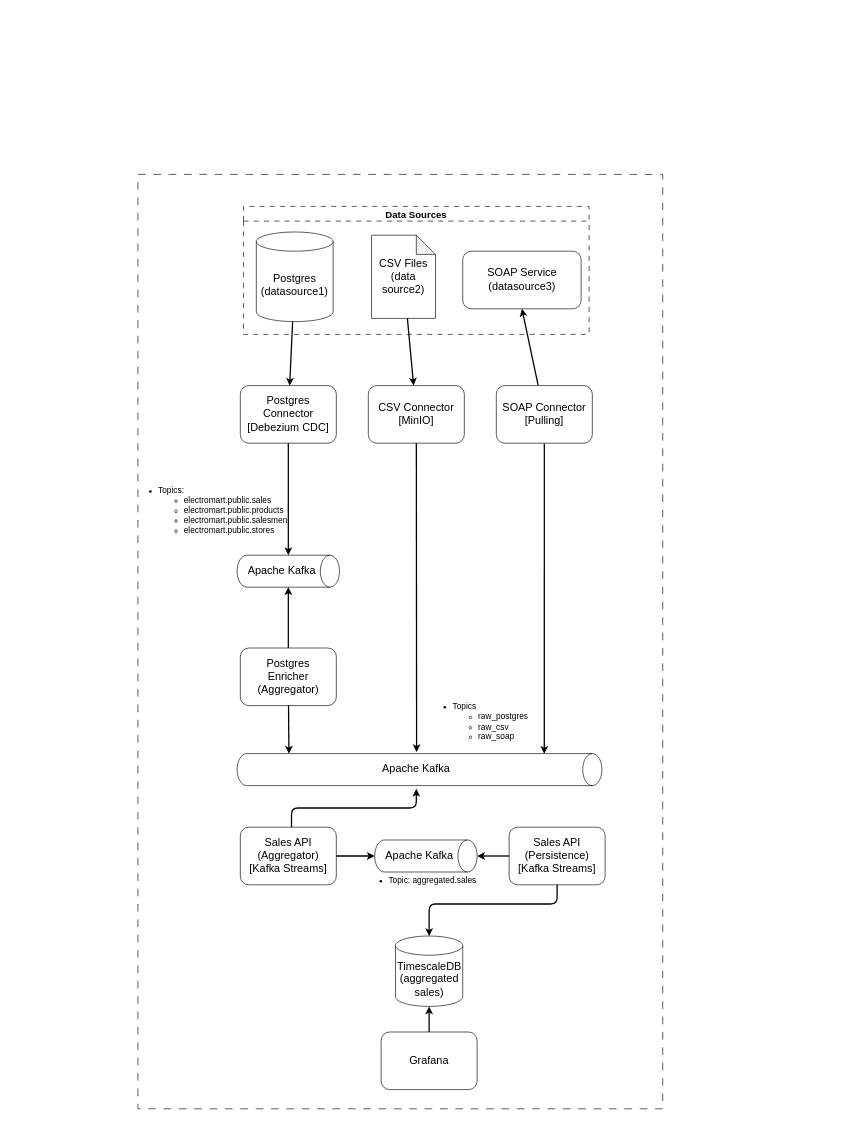
The draw.io diagram data/salesman-kata-v2/diagrams/solutions.drawio in codegik/team-red, before the edit. Source tidied: cells renumbered, new cells numbered last; positions are measured from the earlier drawing's top-left corner, leaving out a move shared by most shapes. Both pictures are drawn from the tidied source at 64%, with x=0, y=0 at pixel (131, 174).
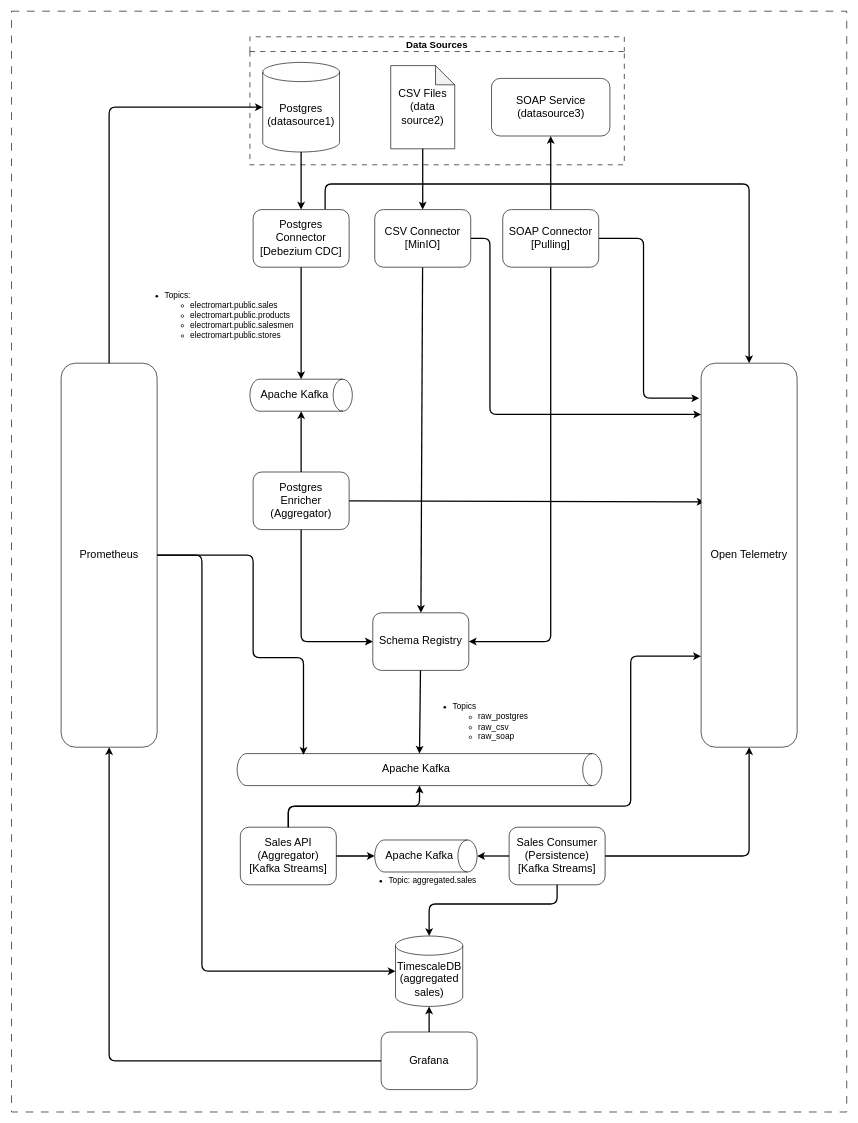
The same diagram, later.

Unchanged cells that the change refers to:
```xml
<mxCell id="4" value="&lt;font style=&quot;font-size: 17px;&quot;&gt;Postgres&lt;/font&gt;&lt;div&gt;&lt;font style=&quot;font-size: 17px;&quot;&gt;(datasource1)&lt;/font&gt;&lt;/div&gt;" style="shape=cylinder3;whiteSpace=wrap;html=1;boundedLbl=1;backgroundOutline=1;size=15;" parent="3" vertex="1">
  <mxGeometry x="20" y="40" width="120" height="140" as="geometry" />
</mxCell>
<mxCell id="15" style="shape=cylinder3;whiteSpace=wrap;html=1;boundedLbl=1;backgroundOutline=1;size=15;rotation=90;" parent="1" vertex="1">
  <mxGeometry x="425" y="645" width="50" height="570" as="geometry" />
</mxCell>
<mxCell id="24" value="&lt;span style=&quot;font-size: 17px;&quot;&gt;Sales API&lt;/span&gt;&lt;div&gt;&lt;span style=&quot;font-size: 17px;&quot;&gt;(Aggregator)&lt;/span&gt;&lt;/div&gt;&lt;div&gt;&lt;span style=&quot;font-size: 17px;&quot;&gt;[Kafka Streams]&lt;/span&gt;&lt;/div&gt;" style="rounded=1;whiteSpace=wrap;html=1;" parent="1" vertex="1">
  <mxGeometry x="170" y="1020" width="150" height="90" as="geometry" />
</mxCell>
<mxCell id="26" value="&lt;font style=&quot;font-size: 17px;&quot;&gt;TimescaleDB&lt;/font&gt;&lt;div&gt;&lt;font style=&quot;font-size: 17px;&quot;&gt;(aggregated sales)&lt;/font&gt;&lt;/div&gt;" style="shape=cylinder3;whiteSpace=wrap;html=1;boundedLbl=1;backgroundOutline=1;size=15;" parent="1" vertex="1">
  <mxGeometry x="412.5" y="1190" width="105" height="110" as="geometry" />
</mxCell>
<mxCell id="27" value="&lt;span style=&quot;font-size: 17px;&quot;&gt;Grafana&lt;/span&gt;" style="rounded=1;whiteSpace=wrap;html=1;" parent="1" vertex="1">
  <mxGeometry x="390" y="1340" width="150" height="90" as="geometry" />
</mxCell>
```

Diff of the diagram source:
```diff
@@
     <mxCell id="2" style="rounded=0;whiteSpace=wrap;html=1;dashed=1;dashPattern=12 12;" parent="1" vertex="1">
-      <mxGeometry x="10" width="820" height="1460" as="geometry" />
+      <mxGeometry x="-187.5" y="-255" width="1305" height="1720" as="geometry" />
     </mxCell>
     <mxCell id="3" value="&lt;font style=&quot;font-size: 15px;&quot;&gt;Data Sources&lt;/font&gt;" style="swimlane;whiteSpace=wrap;html=1;dashed=1;dashPattern=8 8;" parent="1" vertex="1">
-      <mxGeometry x="175" y="50" width="540" height="200" as="geometry" />
+      <mxGeometry x="185" y="-215" width="585" height="200" as="geometry" />
     </mxCell>
@@
     <mxCell id="5" value="&lt;font style=&quot;font-size: 17px;&quot;&gt;CSV Files&lt;/font&gt;&lt;div&gt;&lt;font style=&quot;font-size: 17px;&quot;&gt;(data&lt;br&gt;source2)&lt;/font&gt;&lt;/div&gt;" style="shape=note;whiteSpace=wrap;html=1;backgroundOutline=1;darkOpacity=0.05;" parent="3" vertex="1">
-      <mxGeometry x="200" y="45" width="100" height="130" as="geometry" />
+      <mxGeometry x="220" y="45" width="100" height="130" as="geometry" />
     </mxCell>
     <mxCell id="6" value="&lt;font style=&quot;font-size: 17px;&quot;&gt;SOAP Service&lt;/font&gt;&lt;div&gt;&lt;font style=&quot;font-size: 17px;&quot;&gt;(datasource3)&lt;/font&gt;&lt;/div&gt;" style="rounded=1;whiteSpace=wrap;html=1;" parent="3" vertex="1">
-      <mxGeometry x="342.5" y="70" width="185" height="90" as="geometry" />
+      <mxGeometry x="377.5" y="65" width="185" height="90" as="geometry" />
     </mxCell>
+    <mxCell id="37" style="edgeStyle=orthogonalEdgeStyle;html=1;exitX=0.75;exitY=0;exitDx=0;exitDy=0;entryX=0.5;entryY=0;entryDx=0;entryDy=0;strokeWidth=2;" parent="1" edge="1" source="7" target="50">
+      <mxGeometry relative="1" as="geometry">
+        <Array as="points">
+          <mxPoint x="303" y="15" />
+          <mxPoint x="965" y="15" />
+        </Array>
+      </mxGeometry>
+    </mxCell>
     <mxCell id="7" value="&lt;font style=&quot;font-size: 17px;&quot;&gt;Postgres Connector&lt;/font&gt;&lt;div&gt;&lt;font style=&quot;font-size: 17px;&quot;&gt;[Debezium CDC]&lt;/font&gt;&lt;/div&gt;" style="rounded=1;whiteSpace=wrap;html=1;" parent="1" vertex="1">
-      <mxGeometry x="170" y="330" width="150" height="90" as="geometry" />
+      <mxGeometry x="190" y="55" width="150" height="90" as="geometry" />
     </mxCell>
+    <mxCell id="38" style="edgeStyle=orthogonalEdgeStyle;html=1;entryX=0;entryY=0.5;entryDx=0;entryDy=0;exitX=0.5;exitY=1;exitDx=0;exitDy=0;strokeWidth=2;" parent="1" edge="1" source="8" target="47">
+      <mxGeometry relative="1" as="geometry" />
+    </mxCell>
+    <mxCell id="39" style="edgeStyle=none;html=1;entryX=0.035;entryY=0.361;entryDx=0;entryDy=0;strokeWidth=2;entryPerimeter=0;" parent="1" edge="1" source="8" target="50">
+      <mxGeometry relative="1" as="geometry" />
+    </mxCell>
     <mxCell id="8" value="&lt;font style=&quot;font-size: 17px;&quot;&gt;Postgres&lt;/font&gt;&lt;div&gt;&lt;font style=&quot;font-size: 17px;&quot;&gt;Enricher&lt;/font&gt;&lt;/div&gt;&lt;div&gt;&lt;font style=&quot;font-size: 17px;&quot;&gt;(Aggregator)&lt;/font&gt;&lt;/div&gt;" style="rounded=1;whiteSpace=wrap;html=1;" parent="1" vertex="1">
-      <mxGeometry x="170" y="740" width="150" height="90" as="geometry" />
+      <mxGeometry x="190" y="465" width="150" height="90" as="geometry" />
     </mxCell>
+    <mxCell id="40" style="edgeStyle=none;html=1;strokeWidth=2;" parent="1" edge="1" source="9" target="47">
+      <mxGeometry relative="1" as="geometry" />
+    </mxCell>
+    <mxCell id="41" style="edgeStyle=orthogonalEdgeStyle;html=1;strokeWidth=2;exitX=1;exitY=0.5;exitDx=0;exitDy=0;" parent="1" edge="1" source="9" target="50">
+      <mxGeometry relative="1" as="geometry">
+        <Array as="points">
+          <mxPoint x="560" y="100" />
+          <mxPoint x="560" y="375" />
+        </Array>
+      </mxGeometry>
+    </mxCell>
     <mxCell id="9" value="&lt;font style=&quot;font-size: 17px;&quot;&gt;CSV Connector&lt;/font&gt;&lt;div&gt;&lt;font style=&quot;font-size: 17px;&quot;&gt;[MinIO]&lt;/font&gt;&lt;/div&gt;" style="rounded=1;whiteSpace=wrap;html=1;" parent="1" vertex="1">
-      <mxGeometry x="370" y="330" width="150" height="90" as="geometry" />
+      <mxGeometry x="380" y="55" width="150" height="90" as="geometry" />
     </mxCell>
@@
-    <mxCell id="11" style="edgeStyle=none;html=1;entryX=0.008;entryY=0.158;entryDx=0;entryDy=0;entryPerimeter=0;strokeWidth=2;" parent="1" edge="1" source="12" target="15">
-      <mxGeometry relative="1" as="geometry" />
-    </mxCell>
+    <mxCell id="42" style="edgeStyle=orthogonalEdgeStyle;html=1;entryX=1;entryY=0.5;entryDx=0;entryDy=0;exitX=0.5;exitY=1;exitDx=0;exitDy=0;strokeWidth=2;" parent="1" edge="1" source="12" target="47">
+      <mxGeometry relative="1" as="geometry" />
+    </mxCell>
+    <mxCell id="43" style="edgeStyle=orthogonalEdgeStyle;html=1;strokeWidth=2;entryX=-0.02;entryY=0.091;entryDx=0;entryDy=0;entryPerimeter=0;" parent="1" edge="1" source="12" target="50">
+      <mxGeometry relative="1" as="geometry">
+        <Array as="points">
+          <mxPoint x="800" y="100" />
+          <mxPoint x="800" y="350" />
+        </Array>
+      </mxGeometry>
+    </mxCell>
     <mxCell id="12" value="&lt;span style=&quot;font-size: 17px;&quot;&gt;SOAP Connector&lt;/span&gt;&lt;div&gt;&lt;span style=&quot;font-size: 17px;&quot;&gt;[Pulling]&lt;/span&gt;&lt;/div&gt;" style="rounded=1;whiteSpace=wrap;html=1;" parent="1" vertex="1">
-      <mxGeometry x="570" y="330" width="150" height="90" as="geometry" />
+      <mxGeometry x="580" y="55" width="150" height="90" as="geometry" />
     </mxCell>
     <mxCell id="13" style="shape=cylinder3;whiteSpace=wrap;html=1;boundedLbl=1;backgroundOutline=1;size=15;rotation=90;" parent="1" vertex="1">
-      <mxGeometry x="220" y="540" width="50" height="160" as="geometry" />
+      <mxGeometry x="240" y="265" width="50" height="160" as="geometry" />
     </mxCell>
     <mxCell id="14" value="&lt;font style=&quot;font-size: 17px;&quot;&gt;Apache Kafka&lt;/font&gt;" style="text;html=1;align=center;verticalAlign=middle;whiteSpace=wrap;rounded=0;" parent="1" vertex="1">
-      <mxGeometry x="180" y="605" width="110" height="30" as="geometry" />
+      <mxGeometry x="200" y="330" width="110" height="30" as="geometry" />
     </mxCell>
@@
-    <mxCell id="21" style="edgeStyle=none;html=1;strokeWidth=2;entryX=-0.047;entryY=0.508;entryDx=0;entryDy=0;entryPerimeter=0;" parent="1" edge="1" source="9" target="15">
-      <mxGeometry relative="1" as="geometry" />
-    </mxCell>
-    <mxCell id="22" style="edgeStyle=none;html=1;entryX=0.001;entryY=0.858;entryDx=0;entryDy=0;entryPerimeter=0;strokeWidth=2;" parent="1" edge="1" source="8" target="15">
-      <mxGeometry relative="1" as="geometry" />
-    </mxCell>
-    <mxCell id="23" style="edgeStyle=orthogonalEdgeStyle;html=1;strokeWidth=2;" parent="1" edge="1" source="24">
-      <mxGeometry relative="1" as="geometry">
-        <mxPoint x="445" y="960" as="targetPoint" />
-        <Array as="points">
-          <mxPoint x="250" y="990" />
-          <mxPoint x="445" y="990" />
-        </Array>
-      </mxGeometry>
-    </mxCell>
+    <mxCell id="44" style="edgeStyle=orthogonalEdgeStyle;html=1;strokeWidth=2;entryX=-0.002;entryY=0.763;entryDx=0;entryDy=0;entryPerimeter=0;" parent="1" edge="1" target="50">
+      <mxGeometry relative="1" as="geometry">
+        <mxPoint x="245" y="1022" as="sourcePoint" />
+        <Array as="points">
+          <mxPoint x="245" y="987" />
+          <mxPoint x="780" y="987" />
+          <mxPoint x="780" y="753" />
+        </Array>
+      </mxGeometry>
+    </mxCell>
@@
     <mxCell id="25" value="&lt;ul&gt;&lt;li&gt;&lt;font style=&quot;font-size: 13px; color: rgb(0, 0, 0);&quot;&gt;Topics:&lt;/font&gt;&lt;/li&gt;&lt;ul&gt;&lt;li&gt;&lt;span style=&quot;background-color: transparent;&quot;&gt;&lt;font style=&quot;font-size: 13px; color: rgb(0, 0, 0);&quot;&gt;electromart.public.sales&lt;/font&gt;&lt;/span&gt;&lt;/li&gt;&lt;li&gt;&lt;font style=&quot;font-size: 13px; color: rgb(0, 0, 0);&quot;&gt;electromart.public.products&lt;/font&gt;&lt;/li&gt;&lt;li&gt;&lt;font style=&quot;font-size: 13px; color: rgb(0, 0, 0);&quot;&gt;electromart.public.salesmen&lt;/font&gt;&lt;/li&gt;&lt;li&gt;&lt;font style=&quot;font-size: 13px; color: rgb(0, 0, 0);&quot;&gt;electromart.public.stores&lt;/font&gt;&lt;/li&gt;&lt;/ul&gt;&lt;/ul&gt;" style="text;html=1;align=left;verticalAlign=middle;whiteSpace=wrap;rounded=0;" parent="1" vertex="1">
-      <mxGeometry y="490" width="210" height="70" as="geometry" />
+      <mxGeometry x="10" y="185" width="210" height="70" as="geometry" />
     </mxCell>
@@
+    <mxCell id="45" style="edgeStyle=orthogonalEdgeStyle;html=1;entryX=0.5;entryY=1;entryDx=0;entryDy=0;strokeWidth=2;" parent="1" edge="1" source="27" target="49">
+      <mxGeometry relative="1" as="geometry" />
+    </mxCell>
@@
+    <mxCell id="46" style="edgeStyle=orthogonalEdgeStyle;html=1;entryX=0.5;entryY=1;entryDx=0;entryDy=0;strokeWidth=2;" parent="1" edge="1" source="34" target="50">
+      <mxGeometry relative="1" as="geometry" />
+    </mxCell>
-    <mxCell id="34" value="&lt;span style=&quot;font-size: 17px;&quot;&gt;Sales API&lt;/span&gt;&lt;div&gt;&lt;span style=&quot;font-size: 17px;&quot;&gt;(Persistence)&lt;/span&gt;&lt;/div&gt;&lt;div&gt;&lt;span style=&quot;font-size: 17px;&quot;&gt;[Kafka Streams]&lt;/span&gt;&lt;/div&gt;" style="rounded=1;whiteSpace=wrap;html=1;" parent="1" vertex="1">
+    <mxCell id="34" value="&lt;span style=&quot;font-size: 17px;&quot;&gt;Sales Consumer&lt;/span&gt;&lt;div&gt;&lt;span style=&quot;font-size: 17px;&quot;&gt;(Persistence)&lt;/span&gt;&lt;/div&gt;&lt;div&gt;&lt;span style=&quot;font-size: 17px;&quot;&gt;[Kafka Streams]&lt;/span&gt;&lt;/div&gt;" style="rounded=1;whiteSpace=wrap;html=1;" parent="1" vertex="1">
       <mxGeometry x="590" y="1020" width="150" height="90" as="geometry" />
     </mxCell>
@@
+    <mxCell id="47" value="&lt;span style=&quot;font-size: 17px;&quot;&gt;Schema Registry&lt;/span&gt;" style="rounded=1;whiteSpace=wrap;html=1;" parent="1" vertex="1">
+      <mxGeometry x="377" y="685" width="150" height="90" as="geometry" />
+    </mxCell>
+    <mxCell id="48" style="edgeStyle=orthogonalEdgeStyle;html=1;entryX=0;entryY=0.5;entryDx=0;entryDy=0;entryPerimeter=0;strokeWidth=2;" parent="1" edge="1" source="49" target="26">
+      <mxGeometry relative="1" as="geometry">
+        <Array as="points">
+          <mxPoint x="110" y="595" />
+          <mxPoint x="110" y="1245" />
+        </Array>
+      </mxGeometry>
+    </mxCell>
+    <mxCell id="49" value="&lt;span style=&quot;font-size: 17px;&quot;&gt;Prometheus&lt;/span&gt;" style="rounded=1;whiteSpace=wrap;html=1;" parent="1" vertex="1">
+      <mxGeometry x="-110" y="295" width="150" height="600" as="geometry" />
+    </mxCell>
+    <mxCell id="50" value="&lt;span style=&quot;font-size: 17px;&quot;&gt;Open Telemetry&lt;/span&gt;" style="rounded=1;whiteSpace=wrap;html=1;" parent="1" vertex="1">
+      <mxGeometry x="890" y="295" width="150" height="600" as="geometry" />
+    </mxCell>
+    <mxCell id="51" style="edgeStyle=none;html=1;entryX=0;entryY=0.5;entryDx=0;entryDy=0;entryPerimeter=0;strokeWidth=2;" parent="1" edge="1" source="47" target="15">
+      <mxGeometry relative="1" as="geometry" />
+    </mxCell>
+    <mxCell id="52" style="edgeStyle=orthogonalEdgeStyle;html=1;entryX=1;entryY=0.5;entryDx=0;entryDy=0;entryPerimeter=0;strokeWidth=2;" parent="1" edge="1" source="24" target="15">
+      <mxGeometry relative="1" as="geometry" />
+    </mxCell>
+    <mxCell id="53" style="edgeStyle=orthogonalEdgeStyle;html=1;entryX=0;entryY=0.5;entryDx=0;entryDy=0;entryPerimeter=0;strokeWidth=2;" parent="1" edge="1" source="49" target="4">
+      <mxGeometry relative="1" as="geometry">
+        <Array as="points">
+          <mxPoint x="-35" y="-105" />
+        </Array>
+      </mxGeometry>
+    </mxCell>
+    <mxCell id="54" style="edgeStyle=orthogonalEdgeStyle;html=1;entryX=0.039;entryY=0.818;entryDx=0;entryDy=0;entryPerimeter=0;strokeWidth=2;" parent="1" edge="1" source="49" target="15">
+      <mxGeometry relative="1" as="geometry">
+        <Array as="points">
+          <mxPoint x="190" y="595" />
+          <mxPoint x="190" y="755" />
+          <mxPoint x="269" y="755" />
+        </Array>
+      </mxGeometry>
+    </mxCell>
```
